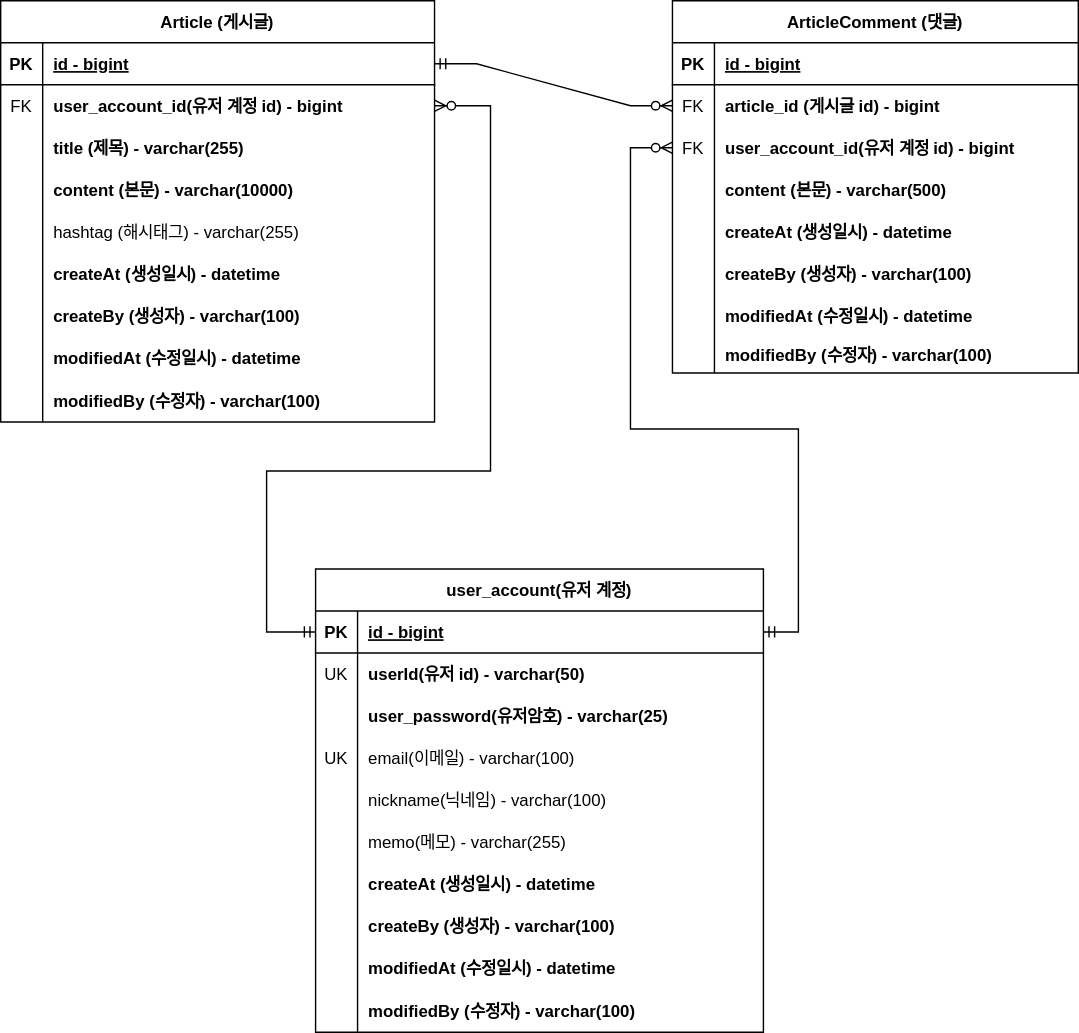
Above: board/document/project-board-erd.svg in whwlsgkr7/MyProject-board (draw.io), before the change. Source tidied: cells renumbered, new cells last; positions are measured from the earlier drawing's top-left corner, leaving out a move shared by most shapes.
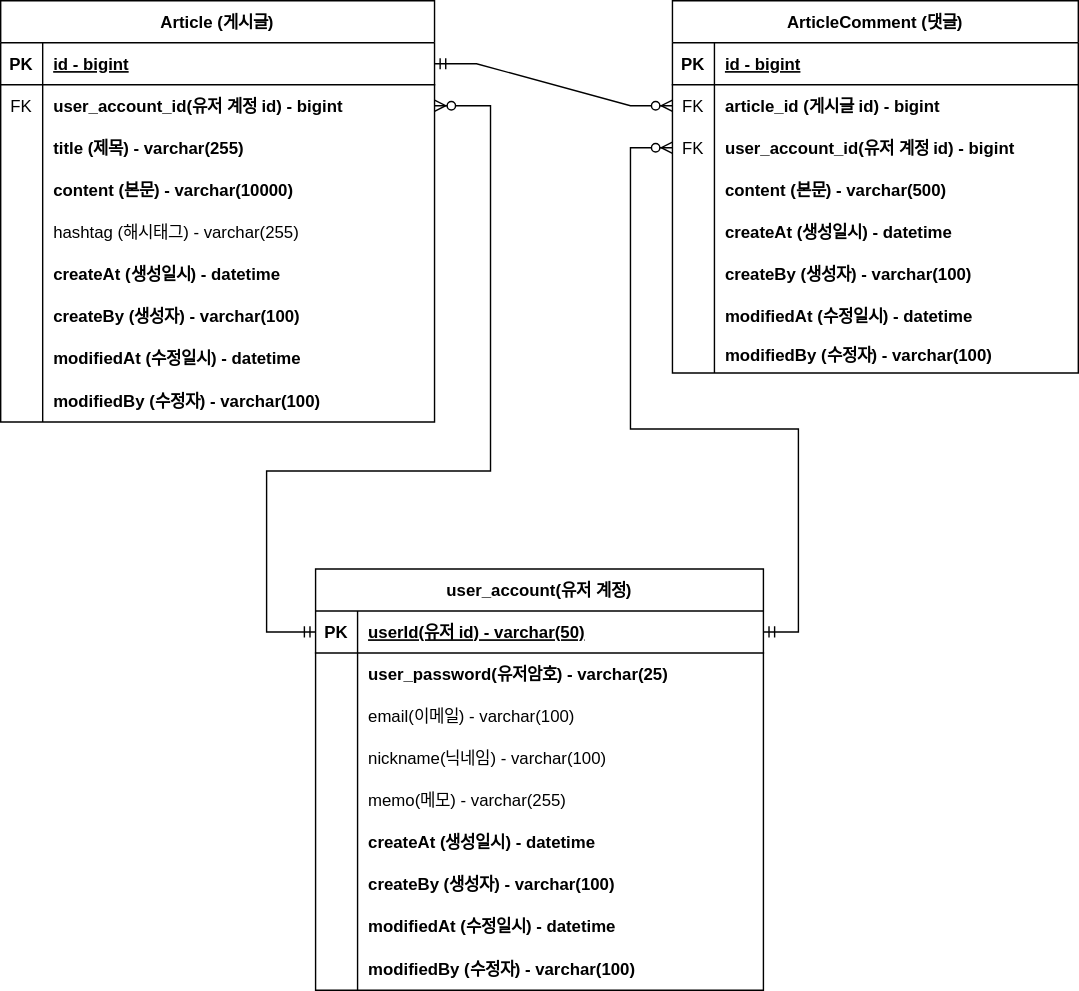
Above is the later version.

Commit message:
#35 - 회원 계정 user_id를 pk로 변경

Change to the diagram source:
```diff
@@ -165,7 +165,7 @@
       <mxGeometry relative="1" as="geometry" />
     </mxCell>
     <mxCell id="56" value="user_account(유저 계정)" style="shape=table;startSize=30;rowLines=0;fontStyle=1;align=center;" parent="1" vertex="1">
-      <mxGeometry x="225" y="406" width="320" height="331" as="geometry" />
+      <mxGeometry x="225" y="406" width="320" height="301" as="geometry" />
     </mxCell>
     <mxCell id="57" style="shape=partialRectangle;fillColor=none;points=[[0,0.5],[1,0.5]];portConstraint=eastwest;top=0;left=0;right=0;bottom=1;" parent="56" vertex="1">
       <mxGeometry y="30" width="320" height="30" as="geometry" />
@@ -173,20 +173,11 @@
     <mxCell id="58" value="PK" style="shape=partialRectangle;overflow=hidden;fillColor=none;top=0;left=0;bottom=0;right=0;fontStyle=1;" parent="57" vertex="1">
       <mxGeometry width="30" height="30" as="geometry" />
     </mxCell>
-    <mxCell id="59" value="id - bigint" style="shape=partialRectangle;overflow=hidden;fillColor=none;top=0;left=0;bottom=0;right=0;align=left;spacingLeft=6;fontStyle=5;" parent="57" vertex="1">
+    <mxCell id="59" value="userId(유저 id) - varchar(50)" style="shape=partialRectangle;overflow=hidden;fillColor=none;top=0;left=0;bottom=0;right=0;align=left;spacingLeft=6;fontStyle=5;" parent="57" vertex="1">
       <mxGeometry x="30" width="290" height="30" as="geometry" />
     </mxCell>
-    <mxCell id="60" style="shape=partialRectangle;fillColor=none;top=0;left=0;right=0;bottom=0;" parent="56" vertex="1">
-      <mxGeometry y="60" width="320" height="30" as="geometry" />
-    </mxCell>
-    <mxCell id="61" value="UK" style="shape=partialRectangle;overflow=hidden;fillColor=none;top=0;left=0;bottom=0;right=0;" parent="60" vertex="1">
-      <mxGeometry width="30" height="30" as="geometry" />
-    </mxCell>
-    <mxCell id="62" value="userId(유저 id) - varchar(50)" style="shape=partialRectangle;overflow=hidden;fillColor=none;top=0;left=0;bottom=0;right=0;align=left;spacingLeft=6;fontStyle=1;" parent="60" vertex="1">
-      <mxGeometry x="30" width="290" height="30" as="geometry" />
-    </mxCell>
     <mxCell id="63" style="shape=partialRectangle;fillColor=none;top=0;left=0;right=0;bottom=0;" parent="56" vertex="1">
-      <mxGeometry y="90" width="320" height="30" as="geometry" />
+      <mxGeometry y="60" width="320" height="30" as="geometry" />
     </mxCell>
     <mxCell id="64" style="shape=partialRectangle;overflow=hidden;fillColor=none;top=0;left=0;bottom=0;right=0;" parent="63" vertex="1">
       <mxGeometry width="30" height="30" as="geometry" />
@@ -195,16 +186,16 @@
       <mxGeometry x="30" width="290" height="30" as="geometry" />
     </mxCell>
     <mxCell id="66" style="shape=partialRectangle;fillColor=none;top=0;left=0;right=0;bottom=0;" parent="56" vertex="1">
-      <mxGeometry y="120" width="320" height="30" as="geometry" />
+      <mxGeometry y="90" width="320" height="30" as="geometry" />
     </mxCell>
-    <mxCell id="67" value="UK" style="shape=partialRectangle;overflow=hidden;fillColor=none;top=0;left=0;bottom=0;right=0;" parent="66" vertex="1">
+    <mxCell id="67" style="shape=partialRectangle;overflow=hidden;fillColor=none;top=0;left=0;bottom=0;right=0;" parent="66" vertex="1">
       <mxGeometry width="30" height="30" as="geometry" />
     </mxCell>
     <mxCell id="68" value="email(이메일) - varchar(100)" style="shape=partialRectangle;overflow=hidden;fillColor=none;top=0;left=0;bottom=0;right=0;align=left;spacingLeft=6;fontStyle=0;" parent="66" vertex="1">
       <mxGeometry x="30" width="290" height="30" as="geometry" />
     </mxCell>
     <mxCell id="69" style="shape=partialRectangle;fillColor=none;top=0;left=0;right=0;bottom=0;" parent="56" vertex="1">
-      <mxGeometry y="150" width="320" height="30" as="geometry" />
+      <mxGeometry y="120" width="320" height="30" as="geometry" />
     </mxCell>
     <mxCell id="70" style="shape=partialRectangle;overflow=hidden;fillColor=none;top=0;left=0;bottom=0;right=0;" parent="69" vertex="1">
       <mxGeometry width="30" height="30" as="geometry" />
@@ -213,7 +204,7 @@
       <mxGeometry x="30" width="290" height="30" as="geometry" />
     </mxCell>
     <mxCell id="72" style="shape=partialRectangle;fillColor=none;top=0;left=0;right=0;bottom=0;" parent="56" vertex="1">
-      <mxGeometry y="180" width="320" height="30" as="geometry" />
+      <mxGeometry y="150" width="320" height="30" as="geometry" />
     </mxCell>
     <mxCell id="73" style="shape=partialRectangle;overflow=hidden;fillColor=none;top=0;left=0;bottom=0;right=0;" parent="72" vertex="1">
       <mxGeometry width="30" height="30" as="geometry" />
@@ -222,7 +213,7 @@
       <mxGeometry x="30" width="290" height="30" as="geometry" />
     </mxCell>
     <mxCell id="75" style="shape=partialRectangle;fillColor=none;top=0;left=0;right=0;bottom=0;" parent="56" vertex="1">
-      <mxGeometry y="210" width="320" height="30" as="geometry" />
+      <mxGeometry y="180" width="320" height="30" as="geometry" />
     </mxCell>
     <mxCell id="76" style="shape=partialRectangle;overflow=hidden;fillColor=none;top=0;left=0;bottom=0;right=0;" parent="75" vertex="1">
       <mxGeometry width="30" height="30" as="geometry" />
@@ -231,7 +222,7 @@
       <mxGeometry x="30" width="290" height="30" as="geometry" />
     </mxCell>
     <mxCell id="78" style="shape=partialRectangle;fillColor=none;top=0;left=0;right=0;bottom=0;" parent="56" vertex="1">
-      <mxGeometry y="240" width="320" height="30" as="geometry" />
+      <mxGeometry y="210" width="320" height="30" as="geometry" />
     </mxCell>
     <mxCell id="79" style="shape=partialRectangle;overflow=hidden;fillColor=none;top=0;left=0;bottom=0;right=0;" parent="78" vertex="1">
       <mxGeometry width="30" height="30" as="geometry" />
@@ -240,7 +231,7 @@
       <mxGeometry x="30" width="290" height="30" as="geometry" />
     </mxCell>
     <mxCell id="81" style="shape=partialRectangle;fillColor=none;top=0;left=0;right=0;bottom=0;" parent="56" vertex="1">
-      <mxGeometry y="270" width="320" height="30" as="geometry" />
+      <mxGeometry y="240" width="320" height="30" as="geometry" />
     </mxCell>
     <mxCell id="82" style="shape=partialRectangle;overflow=hidden;fillColor=none;top=0;left=0;bottom=0;right=0;" parent="81" vertex="1">
       <mxGeometry width="30" height="30" as="geometry" />
@@ -249,7 +240,7 @@
       <mxGeometry x="30" width="290" height="30" as="geometry" />
     </mxCell>
     <mxCell id="84" style="shape=partialRectangle;fillColor=none;top=0;left=0;right=0;bottom=0;" parent="56" vertex="1">
-      <mxGeometry y="300" width="320" height="31" as="geometry" />
+      <mxGeometry y="270" width="320" height="31" as="geometry" />
     </mxCell>
     <mxCell id="85" style="shape=partialRectangle;overflow=hidden;fillColor=none;top=0;left=0;bottom=0;right=0;" parent="84" vertex="1">
       <mxGeometry width="30" height="31" as="geometry" />
```
